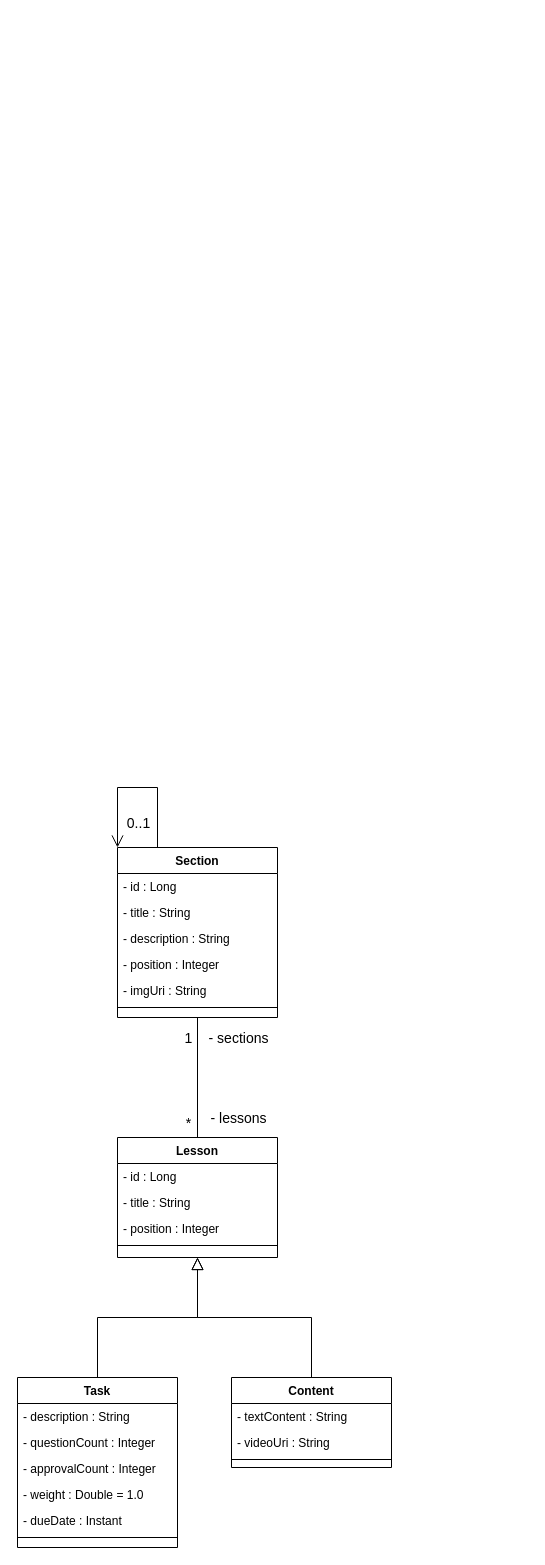
The draw.io diagram UML/learnplatform.drawio in sergiotravassos/learn-platform, before the edit. Source tidied: cells renumbered, new cells numbered last; positions are measured from the earlier drawing's top-left corner, leaving out a move shared by most shapes. Both pictures are drawn from the tidied source at 100%, with x=0, y=0 at pixel (17, 787).
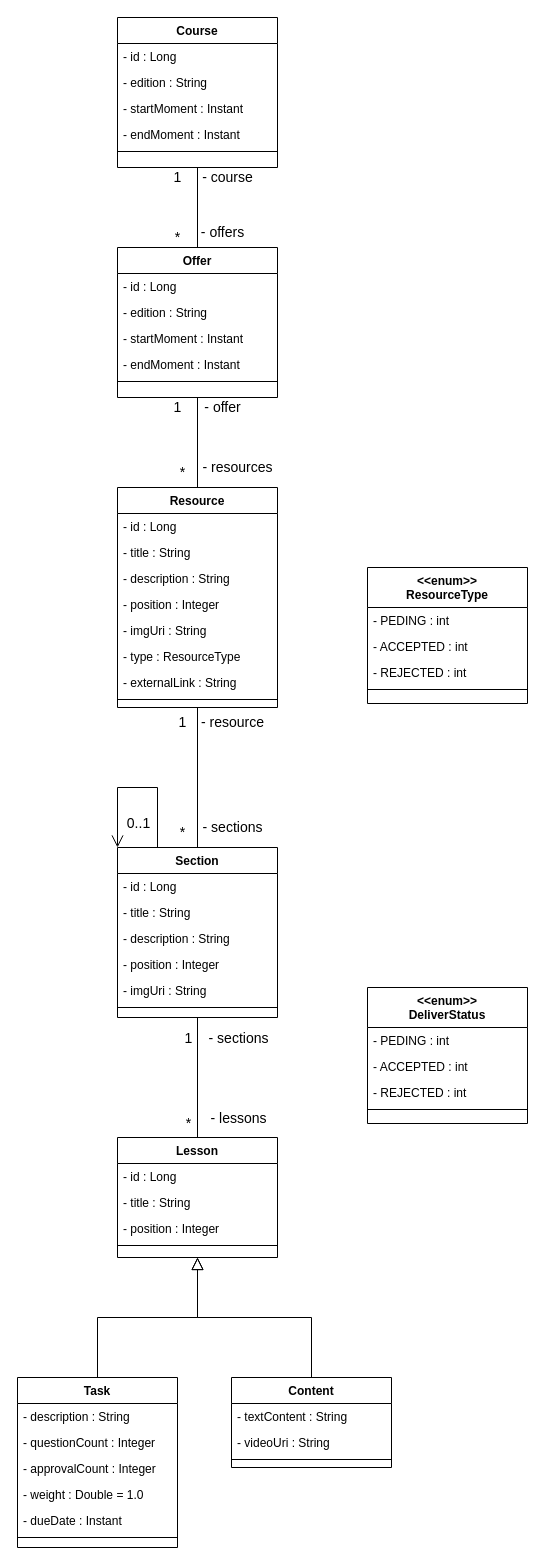
Above is the later version.

Commit message:
Continuation of the design and solution of the domain

The change refers to these unchanged cells:
```xml
<mxCell id="27" value="Section" style="swimlane;fontStyle=1;align=center;verticalAlign=top;horizontal=1;startSize=26;rounded=0;shadow=0;strokeWidth=1;" parent="1" vertex="1">
  <mxGeometry x="100" y="60" width="160" height="170" as="geometry" />
</mxCell>
```

The edit, as a diff of the source:
```diff
@@
+    <mxCell id="34" value="&lt;&lt;enum&gt;&gt;&#10;DeliverStatus" style="swimlane;fontStyle=1;align=center;verticalAlign=top;horizontal=1;startSize=40;rounded=0;shadow=0;strokeWidth=1;" parent="1" vertex="1">
+      <mxGeometry x="350" y="200" width="160" height="136" as="geometry" />
+    </mxCell>
+    <mxCell id="35" value="- PEDING : int" style="text;align=left;verticalAlign=top;spacingLeft=4;spacingRight=4;overflow=hidden;" parent="34" vertex="1">
+      <mxGeometry y="40" width="160" height="26" as="geometry" />
+    </mxCell>
+    <mxCell id="36" value="- ACCEPTED : int" style="text;align=left;verticalAlign=top;spacingLeft=4;spacingRight=4;overflow=hidden;rounded=0;shadow=0;html=0;" parent="34" vertex="1">
+      <mxGeometry y="66" width="160" height="26" as="geometry" />
+    </mxCell>
+    <mxCell id="37" value="- REJECTED : int" style="text;align=left;verticalAlign=top;spacingLeft=4;spacingRight=4;overflow=hidden;rounded=0;shadow=0;html=0;" parent="34" vertex="1">
+      <mxGeometry y="92" width="160" height="26" as="geometry" />
+    </mxCell>
+    <mxCell id="38" style="line;html=1;strokeWidth=1;align=left;verticalAlign=middle;spacingTop=-1;spacingLeft=3;spacingRight=3;labelPosition=right;" parent="34" vertex="1">
+      <mxGeometry y="118" width="160" height="8" as="geometry" />
+    </mxCell>
+    <mxCell id="39" value="&lt;&lt;enum&gt;&gt;&#10;ResourceType" style="swimlane;fontStyle=1;align=center;verticalAlign=top;horizontal=1;startSize=40;rounded=0;shadow=0;strokeWidth=1;" parent="1" vertex="1">
+      <mxGeometry x="350" y="-220" width="160" height="136" as="geometry" />
+    </mxCell>
+    <mxCell id="40" value="- PEDING : int" style="text;align=left;verticalAlign=top;spacingLeft=4;spacingRight=4;overflow=hidden;" parent="39" vertex="1">
+      <mxGeometry y="40" width="160" height="26" as="geometry" />
+    </mxCell>
+    <mxCell id="41" value="- ACCEPTED : int" style="text;align=left;verticalAlign=top;spacingLeft=4;spacingRight=4;overflow=hidden;rounded=0;shadow=0;html=0;" parent="39" vertex="1">
+      <mxGeometry y="66" width="160" height="26" as="geometry" />
+    </mxCell>
+    <mxCell id="42" value="- REJECTED : int" style="text;align=left;verticalAlign=top;spacingLeft=4;spacingRight=4;overflow=hidden;rounded=0;shadow=0;html=0;" parent="39" vertex="1">
+      <mxGeometry y="92" width="160" height="26" as="geometry" />
+    </mxCell>
+    <mxCell id="43" style="line;html=1;strokeWidth=1;align=left;verticalAlign=middle;spacingTop=-1;spacingLeft=3;spacingRight=3;labelPosition=right;" parent="39" vertex="1">
+      <mxGeometry y="118" width="160" height="8" as="geometry" />
+    </mxCell>
+    <mxCell id="44" style="edgeStyle=orthogonalEdgeStyle;rounded=0;jumpSize=6;jettySize=auto;html=1;strokeWidth=1;fontFamily=Helvetica;fontSize=14;startArrow=none;startFill=0;endArrow=none;endFill=0;startSize=6;endSize=10;" parent="1" edge="1" source="45" target="27">
+      <mxGeometry relative="1" as="geometry" />
+    </mxCell>
+    <mxCell id="45" value="Resource" style="swimlane;fontStyle=1;align=center;verticalAlign=top;horizontal=1;startSize=26;rounded=0;shadow=0;strokeWidth=1;" parent="1" vertex="1">
+      <mxGeometry x="100" y="-300" width="160" height="220" as="geometry" />
+    </mxCell>
+    <mxCell id="46" value="- id : Long" style="text;align=left;verticalAlign=top;spacingLeft=4;spacingRight=4;overflow=hidden;" parent="45" vertex="1">
+      <mxGeometry y="26" width="160" height="26" as="geometry" />
+    </mxCell>
+    <mxCell id="47" value="- title : String" style="text;align=left;verticalAlign=top;spacingLeft=4;spacingRight=4;overflow=hidden;rounded=0;shadow=0;html=0;" parent="45" vertex="1">
+      <mxGeometry y="52" width="160" height="26" as="geometry" />
+    </mxCell>
+    <mxCell id="48" value="- description : String" style="text;align=left;verticalAlign=top;spacingLeft=4;spacingRight=4;overflow=hidden;rounded=0;shadow=0;html=0;" parent="45" vertex="1">
+      <mxGeometry y="78" width="160" height="26" as="geometry" />
+    </mxCell>
+    <mxCell id="49" value="- position : Integer" style="text;align=left;verticalAlign=top;spacingLeft=4;spacingRight=4;overflow=hidden;rounded=0;shadow=0;html=0;" parent="45" vertex="1">
+      <mxGeometry y="104" width="160" height="26" as="geometry" />
+    </mxCell>
+    <mxCell id="50" value="- imgUri : String" style="text;align=left;verticalAlign=top;spacingLeft=4;spacingRight=4;overflow=hidden;rounded=0;shadow=0;html=0;" parent="45" vertex="1">
+      <mxGeometry y="130" width="160" height="26" as="geometry" />
+    </mxCell>
+    <mxCell id="51" value="- type : ResourceType" style="text;align=left;verticalAlign=top;spacingLeft=4;spacingRight=4;overflow=hidden;rounded=0;shadow=0;html=0;" parent="45" vertex="1">
+      <mxGeometry y="156" width="160" height="26" as="geometry" />
+    </mxCell>
+    <mxCell id="52" value="- externalLink : String" style="text;align=left;verticalAlign=top;spacingLeft=4;spacingRight=4;overflow=hidden;rounded=0;shadow=0;html=0;" parent="45" vertex="1">
+      <mxGeometry y="182" width="160" height="26" as="geometry" />
+    </mxCell>
+    <mxCell id="53" style="line;html=1;strokeWidth=1;align=left;verticalAlign=middle;spacingTop=-1;spacingLeft=3;spacingRight=3;labelPosition=right;" parent="45" vertex="1">
+      <mxGeometry y="208" width="160" height="8" as="geometry" />
+    </mxCell>
+    <mxCell id="54" value="1" style="text;html=1;align=center;verticalAlign=middle;strokeColor=none;fillColor=none;fontSize=14;fontFamily=Helvetica;" parent="1" vertex="1">
+      <mxGeometry x="150" y="-80" width="30" height="30" as="geometry" />
+    </mxCell>
+    <mxCell id="55" value="- resource" style="text;html=1;align=center;verticalAlign=middle;strokeColor=none;fillColor=none;fontSize=14;fontFamily=Helvetica;" parent="1" vertex="1">
+      <mxGeometry x="170" y="-80" width="90" height="30" as="geometry" />
+    </mxCell>
+    <mxCell id="56" value="*" style="text;html=1;align=center;verticalAlign=middle;strokeColor=none;fillColor=none;fontSize=14;fontFamily=Helvetica;" parent="1" vertex="1">
+      <mxGeometry x="150" y="30" width="30" height="30" as="geometry" />
+    </mxCell>
+    <mxCell id="57" value="- sections" style="text;html=1;align=center;verticalAlign=middle;strokeColor=none;fillColor=none;fontSize=14;fontFamily=Helvetica;" parent="1" vertex="1">
+      <mxGeometry x="175" y="25" width="80" height="30" as="geometry" />
+    </mxCell>
+    <mxCell id="58" style="edgeStyle=orthogonalEdgeStyle;rounded=0;jumpSize=6;jettySize=auto;html=1;entryX=0.5;entryY=0;entryDx=0;entryDy=0;strokeWidth=1;fontFamily=Helvetica;fontSize=14;startArrow=none;startFill=0;endArrow=none;endFill=0;startSize=6;endSize=10;" parent="1" edge="1" source="59" target="45">
+      <mxGeometry relative="1" as="geometry" />
+    </mxCell>
+    <mxCell id="59" value="Offer" style="swimlane;fontStyle=1;align=center;verticalAlign=top;horizontal=1;startSize=26;rounded=0;shadow=0;strokeWidth=1;" parent="1" vertex="1">
+      <mxGeometry x="100" y="-540" width="160" height="150" as="geometry" />
+    </mxCell>
+    <mxCell id="60" value="- id : Long" style="text;align=left;verticalAlign=top;spacingLeft=4;spacingRight=4;overflow=hidden;" parent="59" vertex="1">
+      <mxGeometry y="26" width="160" height="26" as="geometry" />
+    </mxCell>
+    <mxCell id="61" value="- edition : String" style="text;align=left;verticalAlign=top;spacingLeft=4;spacingRight=4;overflow=hidden;rounded=0;shadow=0;html=0;" parent="59" vertex="1">
+      <mxGeometry y="52" width="160" height="26" as="geometry" />
+    </mxCell>
+    <mxCell id="62" value="- startMoment : Instant" style="text;align=left;verticalAlign=top;spacingLeft=4;spacingRight=4;overflow=hidden;rounded=0;shadow=0;html=0;" parent="59" vertex="1">
+      <mxGeometry y="78" width="160" height="26" as="geometry" />
+    </mxCell>
+    <mxCell id="63" value="- endMoment : Instant" style="text;align=left;verticalAlign=top;spacingLeft=4;spacingRight=4;overflow=hidden;rounded=0;shadow=0;html=0;" parent="59" vertex="1">
+      <mxGeometry y="104" width="160" height="26" as="geometry" />
+    </mxCell>
+    <mxCell id="64" style="line;html=1;strokeWidth=1;align=left;verticalAlign=middle;spacingTop=-1;spacingLeft=3;spacingRight=3;labelPosition=right;" parent="59" vertex="1">
+      <mxGeometry y="130" width="160" height="8" as="geometry" />
+    </mxCell>
+    <mxCell id="65" value="1" style="text;html=1;align=center;verticalAlign=middle;strokeColor=none;fillColor=none;fontSize=14;fontFamily=Helvetica;" parent="1" vertex="1">
+      <mxGeometry x="145" y="-395" width="30" height="30" as="geometry" />
+    </mxCell>
+    <mxCell id="66" value="- offer" style="text;html=1;align=center;verticalAlign=middle;strokeColor=none;fillColor=none;fontSize=14;fontFamily=Helvetica;" parent="1" vertex="1">
+      <mxGeometry x="175" y="-395" width="60" height="30" as="geometry" />
+    </mxCell>
+    <mxCell id="67" value="*" style="text;html=1;align=center;verticalAlign=middle;strokeColor=none;fillColor=none;fontSize=14;fontFamily=Helvetica;" parent="1" vertex="1">
+      <mxGeometry x="150" y="-330" width="30" height="30" as="geometry" />
+    </mxCell>
+    <mxCell id="68" value="- resources" style="text;html=1;align=center;verticalAlign=middle;strokeColor=none;fillColor=none;fontSize=14;fontFamily=Helvetica;" parent="1" vertex="1">
+      <mxGeometry x="175" y="-335" width="90" height="30" as="geometry" />
+    </mxCell>
+    <mxCell id="69" style="edgeStyle=orthogonalEdgeStyle;rounded=0;jumpSize=6;jettySize=auto;html=1;entryX=0.5;entryY=0;entryDx=0;entryDy=0;strokeWidth=1;fontFamily=Helvetica;fontSize=14;startArrow=none;startFill=0;endArrow=none;endFill=0;startSize=6;endSize=10;" parent="1" edge="1" source="70" target="59">
+      <mxGeometry relative="1" as="geometry" />
+    </mxCell>
+    <mxCell id="70" value="Course" style="swimlane;fontStyle=1;align=center;verticalAlign=top;horizontal=1;startSize=26;rounded=0;shadow=0;strokeWidth=1;" parent="1" vertex="1">
+      <mxGeometry x="100" y="-770" width="160" height="150" as="geometry" />
+    </mxCell>
+    <mxCell id="71" value="- id : Long" style="text;align=left;verticalAlign=top;spacingLeft=4;spacingRight=4;overflow=hidden;" parent="70" vertex="1">
+      <mxGeometry y="26" width="160" height="26" as="geometry" />
+    </mxCell>
+    <mxCell id="72" value="- edition : String" style="text;align=left;verticalAlign=top;spacingLeft=4;spacingRight=4;overflow=hidden;rounded=0;shadow=0;html=0;" parent="70" vertex="1">
+      <mxGeometry y="52" width="160" height="26" as="geometry" />
+    </mxCell>
+    <mxCell id="73" value="- startMoment : Instant" style="text;align=left;verticalAlign=top;spacingLeft=4;spacingRight=4;overflow=hidden;rounded=0;shadow=0;html=0;" parent="70" vertex="1">
+      <mxGeometry y="78" width="160" height="26" as="geometry" />
+    </mxCell>
+    <mxCell id="74" value="- endMoment : Instant" style="text;align=left;verticalAlign=top;spacingLeft=4;spacingRight=4;overflow=hidden;rounded=0;shadow=0;html=0;" parent="70" vertex="1">
+      <mxGeometry y="104" width="160" height="26" as="geometry" />
+    </mxCell>
+    <mxCell id="75" style="line;html=1;strokeWidth=1;align=left;verticalAlign=middle;spacingTop=-1;spacingLeft=3;spacingRight=3;labelPosition=right;" parent="70" vertex="1">
+      <mxGeometry y="130" width="160" height="8" as="geometry" />
+    </mxCell>
+    <mxCell id="76" value="1" style="text;html=1;align=center;verticalAlign=middle;strokeColor=none;fillColor=none;fontSize=14;fontFamily=Helvetica;" parent="1" vertex="1">
+      <mxGeometry x="145" y="-625" width="30" height="30" as="geometry" />
+    </mxCell>
+    <mxCell id="77" value="- course" style="text;html=1;align=center;verticalAlign=middle;strokeColor=none;fillColor=none;fontSize=14;fontFamily=Helvetica;" parent="1" vertex="1">
+      <mxGeometry x="175" y="-625" width="70" height="30" as="geometry" />
+    </mxCell>
+    <mxCell id="78" value="- offers" style="text;html=1;align=center;verticalAlign=middle;strokeColor=none;fillColor=none;fontSize=14;fontFamily=Helvetica;" parent="1" vertex="1">
+      <mxGeometry x="170" y="-570" width="70" height="30" as="geometry" />
+    </mxCell>
+    <mxCell id="79" value="*" style="text;html=1;align=center;verticalAlign=middle;strokeColor=none;fillColor=none;fontSize=14;fontFamily=Helvetica;" parent="1" vertex="1">
+      <mxGeometry x="145" y="-565" width="30" height="30" as="geometry" />
+    </mxCell>
```
